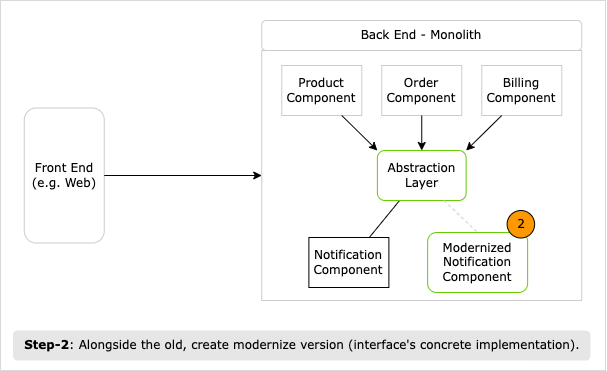
Earlier version of the draw.io export diagrams/branch-by-abstraction-implement-interface.png (shahzadhuq/modernization-decomposing-monolith). Source tidied: cells renumbered, new cells last; positions are measured from the earlier drawing's top-left corner, leaving out a move shared by most shapes. Source of this version:
```xml
<mxGraphModel>
  <root>
    <mxCell id="0" />
    <mxCell id="1" parent="0" />
    <mxCell id="2" style="rounded=0;whiteSpace=wrap;html=1;strokeColor=#B3B3B3;fillColor=default;strokeWidth=1;dashed=1;dashPattern=1 1;shadow=0;fontFamily=Verdana;" parent="1" vertex="1">
      <mxGeometry width="605" height="370" as="geometry" />
    </mxCell>
    <mxCell id="3" style="rounded=0;whiteSpace=wrap;html=1;strokeColor=#CCCCCC;fontFamily=Verdana;" parent="1" vertex="1">
      <mxGeometry x="261.2" y="50" width="320" height="250" as="geometry" />
    </mxCell>
    <mxCell id="4" value="Front End (e.g. Web)" style="text;html=1;strokeColor=#CCCCCC;fillColor=default;align=center;verticalAlign=middle;whiteSpace=wrap;rounded=1;shadow=0;fontFamily=Verdana;" parent="1" vertex="1">
      <mxGeometry x="23.8" y="107.5" width="80" height="135" as="geometry" />
    </mxCell>
    <mxCell id="5" value="Back End - Monolith" style="text;html=1;strokeColor=#CCCCCC;fillColor=default;align=center;verticalAlign=middle;whiteSpace=wrap;rounded=1;shadow=0;fontFamily=Verdana;" parent="1" vertex="1">
      <mxGeometry x="261.2" y="20" width="320" height="30" as="geometry" />
    </mxCell>
    <mxCell id="6" value="Product Component" style="rounded=0;whiteSpace=wrap;html=1;strokeColor=#CCCCCC;fillColor=default;shadow=0;fontFamily=Verdana;" parent="1" vertex="1">
      <mxGeometry x="281.2" y="65" width="80" height="50" as="geometry" />
    </mxCell>
    <mxCell id="7" value="Order Component" style="rounded=0;whiteSpace=wrap;html=1;strokeColor=#CCCCCC;fillColor=default;fontFamily=Verdana;" parent="1" vertex="1">
      <mxGeometry x="381.2" y="65" width="80" height="50" as="geometry" />
    </mxCell>
    <mxCell id="8" value="Billing Component" style="rounded=0;whiteSpace=wrap;html=1;strokeColor=#CCCCCC;fillColor=default;fontFamily=Verdana;" parent="1" vertex="1">
      <mxGeometry x="481.2" y="65" width="80" height="50" as="geometry" />
    </mxCell>
    <mxCell id="9" value="Notification Component" style="rounded=0;whiteSpace=wrap;html=1;strokeColor=#000000;fillColor=default;fontFamily=Verdana;" parent="1" vertex="1">
      <mxGeometry x="308.4" y="237" width="80" height="50" as="geometry" />
    </mxCell>
    <mxCell id="10" style="endArrow=classic;html=1;rounded=0;exitX=0.75;exitY=1;exitDx=0;exitDy=0;entryX=0;entryY=0;entryDx=0;entryDy=0;fontFamily=Verdana;" parent="1" edge="1" source="6" target="15">
      <mxGeometry relative="1" as="geometry" />
    </mxCell>
    <mxCell id="11" style="endArrow=classic;html=1;rounded=0;entryX=0.5;entryY=0;entryDx=0;entryDy=0;exitX=0.5;exitY=1;exitDx=0;exitDy=0;fontFamily=Verdana;" parent="1" edge="1" source="7" target="15">
      <mxGeometry relative="1" as="geometry" />
    </mxCell>
    <mxCell id="12" style="endArrow=classic;html=1;rounded=0;exitX=0.25;exitY=1;exitDx=0;exitDy=0;entryX=1;entryY=0;entryDx=0;entryDy=0;fontFamily=Verdana;" parent="1" edge="1" source="8" target="15">
      <mxGeometry relative="1" as="geometry" />
    </mxCell>
    <mxCell id="13" style="endArrow=classic;html=1;rounded=0;entryX=0;entryY=0.5;entryDx=0;entryDy=0;exitX=1;exitY=0.5;exitDx=0;exitDy=0;fontFamily=Verdana;" parent="1" edge="1" source="4" target="3">
      <mxGeometry relative="1" as="geometry" />
    </mxCell>
    <mxCell id="14" style="rounded=0;jettySize=auto;html=1;fontFamily=Verdana;strokeColor=#000000;endArrow=none;endFill=0;strokeWidth=1;exitX=0.25;exitY=1;exitDx=0;exitDy=0;" parent="1" edge="1" source="15" target="9">
      <mxGeometry relative="1" as="geometry" />
    </mxCell>
    <mxCell id="15" value="Abstraction Layer" style="rounded=1;whiteSpace=wrap;html=1;strokeColor=#66CC00;fillColor=none;fontFamily=Verdana;shadow=0;strokeWidth=1;" parent="1" vertex="1">
      <mxGeometry x="376.9" y="150" width="88.8" height="50" as="geometry" />
    </mxCell>
    <mxCell id="16" value="Modernized&lt;br&gt;Notification Component" style="rounded=1;whiteSpace=wrap;html=1;strokeColor=#66CC00;fillColor=none;fontFamily=Verdana;shadow=0;strokeWidth=1;" parent="1" vertex="1">
      <mxGeometry x="427.1" y="232" width="100" height="60" as="geometry" />
    </mxCell>
    <mxCell id="17" style="rounded=0;jettySize=auto;html=1;fontFamily=Verdana;strokeColor=#CCCCCC;endArrow=none;endFill=0;entryX=0.5;entryY=0;entryDx=0;entryDy=0;exitX=0.75;exitY=1;exitDx=0;exitDy=0;strokeWidth=1;dashed=1;" parent="1" edge="1" source="15" target="16">
      <mxGeometry relative="1" as="geometry" />
    </mxCell>
    <mxCell id="18" value="2" style="ellipse;whiteSpace=wrap;html=1;fillColor=#FE9800;fontFamily=Verdana;" parent="1" vertex="1">
      <mxGeometry x="506.6" y="210" width="27.5" height="27.5" as="geometry" />
    </mxCell>
    <mxCell id="19" value="&lt;b&gt;Step-2&lt;/b&gt;: Alongside the old, create modernize version (interface's concrete implementation)." style="text;html=1;strokeColor=none;fillColor=#E6E6E6;align=center;verticalAlign=middle;whiteSpace=wrap;rounded=1;shadow=0;perimeterSpacing=0;spacing=7;fontFamily=Verdana;" parent="1" vertex="1">
      <mxGeometry x="12.5" y="330" width="577.5" height="30" as="geometry" />
    </mxCell>
  </root>
</mxGraphModel>
```
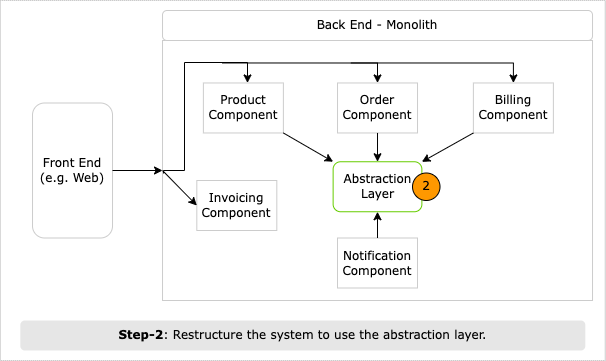
The same file after the commit.

Commit message:
[v2-WIP]: Strangler Fig & Branch by Abstraction

The edit, as a diff of the source:
```diff
@@ -3,58 +3,82 @@
     <mxCell id="0" />
     <mxCell id="1" parent="0" />
     <mxCell id="2" style="rounded=0;whiteSpace=wrap;html=1;strokeColor=#B3B3B3;fillColor=default;strokeWidth=1;dashed=1;dashPattern=1 1;shadow=0;fontFamily=Verdana;" parent="1" vertex="1">
-      <mxGeometry width="605" height="370" as="geometry" />
+      <mxGeometry x="797.8" y="40" width="605" height="360" as="geometry" />
     </mxCell>
     <mxCell id="3" style="rounded=0;whiteSpace=wrap;html=1;strokeColor=#CCCCCC;fontFamily=Verdana;" parent="1" vertex="1">
-      <mxGeometry x="261.2" y="50" width="320" height="250" as="geometry" />
+      <mxGeometry x="960" y="80" width="430" height="260" as="geometry" />
     </mxCell>
     <mxCell id="4" value="Front End (e.g. Web)" style="text;html=1;strokeColor=#CCCCCC;fillColor=default;align=center;verticalAlign=middle;whiteSpace=wrap;rounded=1;shadow=0;fontFamily=Verdana;" parent="1" vertex="1">
-      <mxGeometry x="23.8" y="107.5" width="80" height="135" as="geometry" />
+      <mxGeometry x="830" y="142.5" width="80" height="135" as="geometry" />
     </mxCell>
     <mxCell id="5" value="Back End - Monolith" style="text;html=1;strokeColor=#CCCCCC;fillColor=default;align=center;verticalAlign=middle;whiteSpace=wrap;rounded=1;shadow=0;fontFamily=Verdana;" parent="1" vertex="1">
-      <mxGeometry x="261.2" y="20" width="320" height="30" as="geometry" />
+      <mxGeometry x="960" y="50" width="430" height="30" as="geometry" />
     </mxCell>
     <mxCell id="6" value="Product Component" style="rounded=0;whiteSpace=wrap;html=1;strokeColor=#CCCCCC;fillColor=default;shadow=0;fontFamily=Verdana;" parent="1" vertex="1">
-      <mxGeometry x="281.2" y="65" width="80" height="50" as="geometry" />
+      <mxGeometry x="1000.9" y="122.5" width="80" height="50" as="geometry" />
     </mxCell>
-    <mxCell id="7" value="Order Component" style="rounded=0;whiteSpace=wrap;html=1;strokeColor=#CCCCCC;fillColor=default;fontFamily=Verdana;" parent="1" vertex="1">
-      <mxGeometry x="381.2" y="65" width="80" height="50" as="geometry" />
+    <mxCell id="7" value="Order Component" style="rounded=0;whiteSpace=wrap;html=1;strokeColor=#CCCCCC;fillColor=default;fontFamily=Verdana;shadow=0;" parent="1" vertex="1">
+      <mxGeometry x="1135" y="122.5" width="80" height="50" as="geometry" />
     </mxCell>
-    <mxCell id="8" value="Billing Component" style="rounded=0;whiteSpace=wrap;html=1;strokeColor=#CCCCCC;fillColor=default;fontFamily=Verdana;" parent="1" vertex="1">
-      <mxGeometry x="481.2" y="65" width="80" height="50" as="geometry" />
+    <mxCell id="8" value="Billing Component" style="rounded=0;whiteSpace=wrap;html=1;strokeColor=#CCCCCC;fillColor=default;fontFamily=Verdana;shadow=0;" parent="1" vertex="1">
+      <mxGeometry x="1270.9" y="122.5" width="80" height="50" as="geometry" />
     </mxCell>
-    <mxCell id="9" value="Notification Component" style="rounded=0;whiteSpace=wrap;html=1;strokeColor=#000000;fillColor=default;fontFamily=Verdana;" parent="1" vertex="1">
-      <mxGeometry x="308.4" y="237" width="80" height="50" as="geometry" />
+    <mxCell id="9" value="Notification Component" style="rounded=0;whiteSpace=wrap;html=1;strokeColor=#CCCCCC;fillColor=default;fontFamily=Verdana;" parent="1" vertex="1">
+      <mxGeometry x="1135" y="277.5" width="80" height="50" as="geometry" />
     </mxCell>
-    <mxCell id="10" style="endArrow=classic;html=1;rounded=0;exitX=0.75;exitY=1;exitDx=0;exitDy=0;entryX=0;entryY=0;entryDx=0;entryDy=0;fontFamily=Verdana;" parent="1" edge="1" source="6" target="15">
+    <mxCell id="10" style="endArrow=classic;html=1;rounded=0;exitX=1;exitY=1;exitDx=0;exitDy=0;entryX=0;entryY=0;entryDx=0;entryDy=0;fontFamily=Verdana;" parent="1" edge="1" source="6" target="19">
       <mxGeometry relative="1" as="geometry" />
     </mxCell>
-    <mxCell id="11" style="endArrow=classic;html=1;rounded=0;entryX=0.5;entryY=0;entryDx=0;entryDy=0;exitX=0.5;exitY=1;exitDx=0;exitDy=0;fontFamily=Verdana;" parent="1" edge="1" source="7" target="15">
+    <mxCell id="11" style="endArrow=classic;html=1;rounded=0;exitX=0.5;exitY=1;exitDx=0;exitDy=0;entryX=0.5;entryY=0;entryDx=0;entryDy=0;fontFamily=Verdana;" parent="1" edge="1" source="7" target="19">
       <mxGeometry relative="1" as="geometry" />
     </mxCell>
-    <mxCell id="12" style="endArrow=classic;html=1;rounded=0;exitX=0.25;exitY=1;exitDx=0;exitDy=0;entryX=1;entryY=0;entryDx=0;entryDy=0;fontFamily=Verdana;" parent="1" edge="1" source="8" target="15">
+    <mxCell id="12" style="endArrow=classic;html=1;rounded=0;exitX=0;exitY=1;exitDx=0;exitDy=0;fontFamily=Verdana;" parent="1" edge="1" source="8" target="19">
       <mxGeometry relative="1" as="geometry" />
     </mxCell>
     <mxCell id="13" style="endArrow=classic;html=1;rounded=0;entryX=0;entryY=0.5;entryDx=0;entryDy=0;exitX=1;exitY=0.5;exitDx=0;exitDy=0;fontFamily=Verdana;" parent="1" edge="1" source="4" target="3">
       <mxGeometry relative="1" as="geometry" />
     </mxCell>
-    <mxCell id="14" style="rounded=0;jettySize=auto;html=1;fontFamily=Verdana;strokeColor=#000000;endArrow=none;endFill=0;strokeWidth=1;exitX=0.25;exitY=1;exitDx=0;exitDy=0;" parent="1" edge="1" source="15" target="9">
-      <mxGeometry relative="1" as="geometry" />
+    <mxCell id="14" style="endArrow=classic;html=1;rounded=0;fontFamily=Verdana;edgeStyle=orthogonalEdgeStyle;" parent="1" edge="1" target="6">
+      <mxGeometry relative="1" as="geometry">
+        <mxPoint x="961" y="213" as="sourcePoint" />
+        <Array as="points">
+          <mxPoint x="961" y="210" />
+          <mxPoint x="982" y="210" />
+          <mxPoint x="982" y="102" />
+          <mxPoint x="1045" y="102" />
+        </Array>
+      </mxGeometry>
     </mxCell>
-    <mxCell id="15" value="Abstraction Layer" style="rounded=1;whiteSpace=wrap;html=1;strokeColor=#66CC00;fillColor=none;fontFamily=Verdana;shadow=0;strokeWidth=1;" parent="1" vertex="1">
-      <mxGeometry x="376.9" y="150" width="88.8" height="50" as="geometry" />
+    <mxCell id="15" style="endArrow=classic;html=1;rounded=0;entryX=0.5;entryY=0;entryDx=0;entryDy=0;fontFamily=Verdana;edgeStyle=orthogonalEdgeStyle;" parent="1" edge="1" target="7">
+      <mxGeometry relative="1" as="geometry">
+        <mxPoint x="1020" y="102.5" as="sourcePoint" />
+        <Array as="points">
+          <mxPoint x="1175" y="103" />
+        </Array>
+      </mxGeometry>
     </mxCell>
-    <mxCell id="16" value="Modernized&lt;br&gt;Notification Component" style="rounded=1;whiteSpace=wrap;html=1;strokeColor=#66CC00;fillColor=none;fontFamily=Verdana;shadow=0;strokeWidth=1;" parent="1" vertex="1">
-      <mxGeometry x="427.1" y="232" width="100" height="60" as="geometry" />
+    <mxCell id="16" style="endArrow=classic;html=1;rounded=0;fontFamily=Verdana;edgeStyle=orthogonalEdgeStyle;" parent="1" edge="1" target="8">
+      <mxGeometry relative="1" as="geometry">
+        <mxPoint x="1148.4" y="102.5" as="sourcePoint" />
+      </mxGeometry>
     </mxCell>
-    <mxCell id="17" style="rounded=0;jettySize=auto;html=1;fontFamily=Verdana;strokeColor=#CCCCCC;endArrow=none;endFill=0;entryX=0.5;entryY=0;entryDx=0;entryDy=0;exitX=0.75;exitY=1;exitDx=0;exitDy=0;strokeWidth=1;dashed=1;" parent="1" edge="1" source="15" target="16">
-      <mxGeometry relative="1" as="geometry" />
+    <mxCell id="17" value="Invoicing Component" style="rounded=0;whiteSpace=wrap;html=1;strokeColor=#CCCCCC;fillColor=default;shadow=0;fontFamily=Verdana;" parent="1" vertex="1">
+      <mxGeometry x="994.3" y="220" width="80" height="50" as="geometry" />
     </mxCell>
-    <mxCell id="18" value="2" style="ellipse;whiteSpace=wrap;html=1;fillColor=#FE9800;fontFamily=Verdana;" parent="1" vertex="1">
-      <mxGeometry x="506.6" y="210" width="27.5" height="27.5" as="geometry" />
+    <mxCell id="18" style="endArrow=classic;html=1;rounded=0;fontFamily=Verdana;entryX=0;entryY=0.5;entryDx=0;entryDy=0;exitX=0;exitY=0.5;exitDx=0;exitDy=0;" parent="1" edge="1" source="3" target="17">
+      <mxGeometry relative="1" as="geometry" />
     </mxCell>
-    <mxCell id="19" value="&lt;b&gt;Step-2&lt;/b&gt;: Alongside the old, create modernize version (interface's concrete implementation)." style="text;html=1;strokeColor=none;fillColor=#E6E6E6;align=center;verticalAlign=middle;whiteSpace=wrap;rounded=1;shadow=0;perimeterSpacing=0;spacing=7;fontFamily=Verdana;" parent="1" vertex="1">
-      <mxGeometry x="12.5" y="330" width="577.5" height="30" as="geometry" />
+    <mxCell id="19" value="Abstraction Layer" style="rounded=1;whiteSpace=wrap;html=1;strokeColor=#66CC00;fillColor=none;fontFamily=Verdana;shadow=0;strokeWidth=1;" parent="1" vertex="1">
+      <mxGeometry x="1130.6" y="201.2" width="88.8" height="50" as="geometry" />
     </mxCell>
+    <mxCell id="20" value="2" style="ellipse;whiteSpace=wrap;html=1;fillColor=#FE9800;fontFamily=Verdana;" parent="1" vertex="1">
+      <mxGeometry x="1210" y="212.5" width="27.5" height="27.5" as="geometry" />
+    </mxCell>
+    <mxCell id="21" style="rounded=0;jettySize=auto;html=1;fontFamily=Verdana;strokeColor=#000000;endArrow=classic;endFill=1;strokeWidth=1;edgeStyle=orthogonalEdgeStyle;entryX=0.5;entryY=1;entryDx=0;entryDy=0;" parent="1" edge="1" source="9" target="19">
+      <mxGeometry relative="1" as="geometry" />
+    </mxCell>
+    <mxCell id="22" value="&lt;b&gt;Step-2&lt;/b&gt;: Restructure the system to use the abstraction layer." style="text;html=1;strokeColor=none;fillColor=#E6E6E6;align=center;verticalAlign=middle;whiteSpace=wrap;rounded=1;shadow=0;perimeterSpacing=0;spacing=7;fontFamily=Verdana;" parent="1" vertex="1">
+      <mxGeometry x="817.8" y="360" width="565" height="30" as="geometry" />
+    </mxCell>
   </root>
 </mxGraphModel>
```
